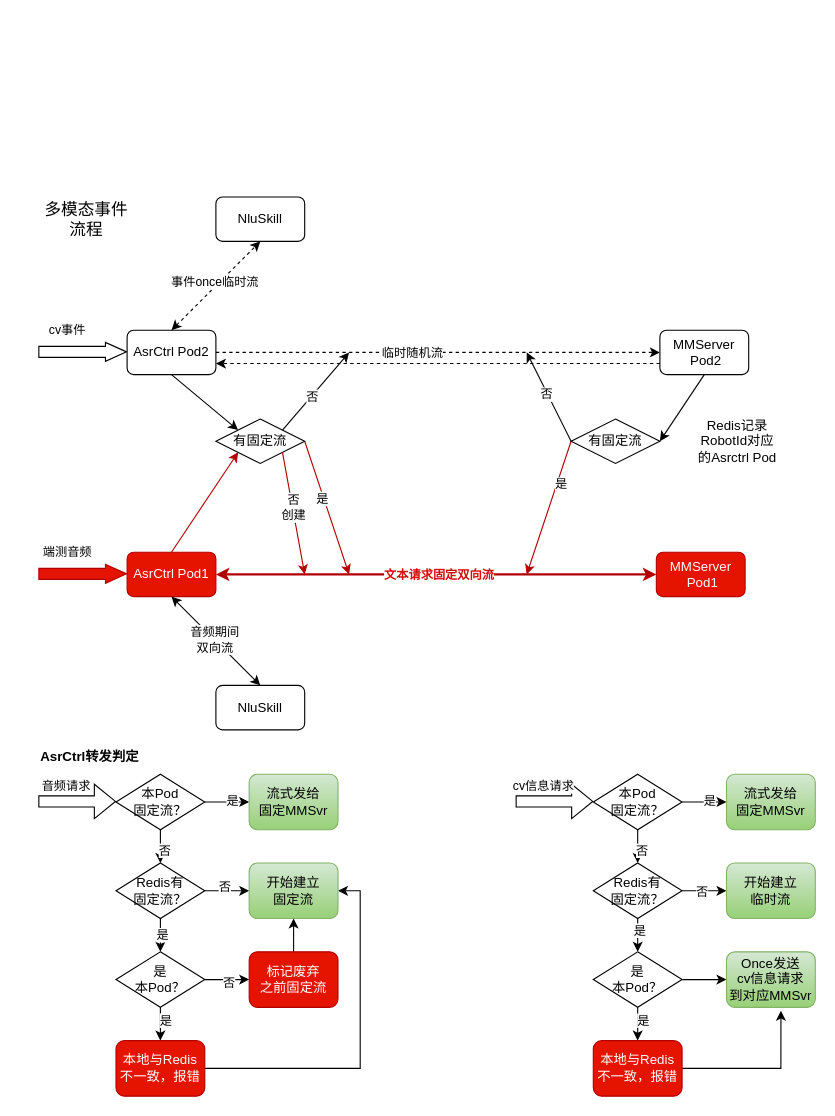
Before: 多模态事件转发流程.drawio in renzhan/drawio, a draw.io diagram. Source tidied: cells renumbered, new cells numbered last; positions are measured from the earlier drawing's top-left corner, leaving out a move shared by most shapes. Both pictures are drawn from the tidied source at 111%, with x=0, y=0 at pixel (22, 183).
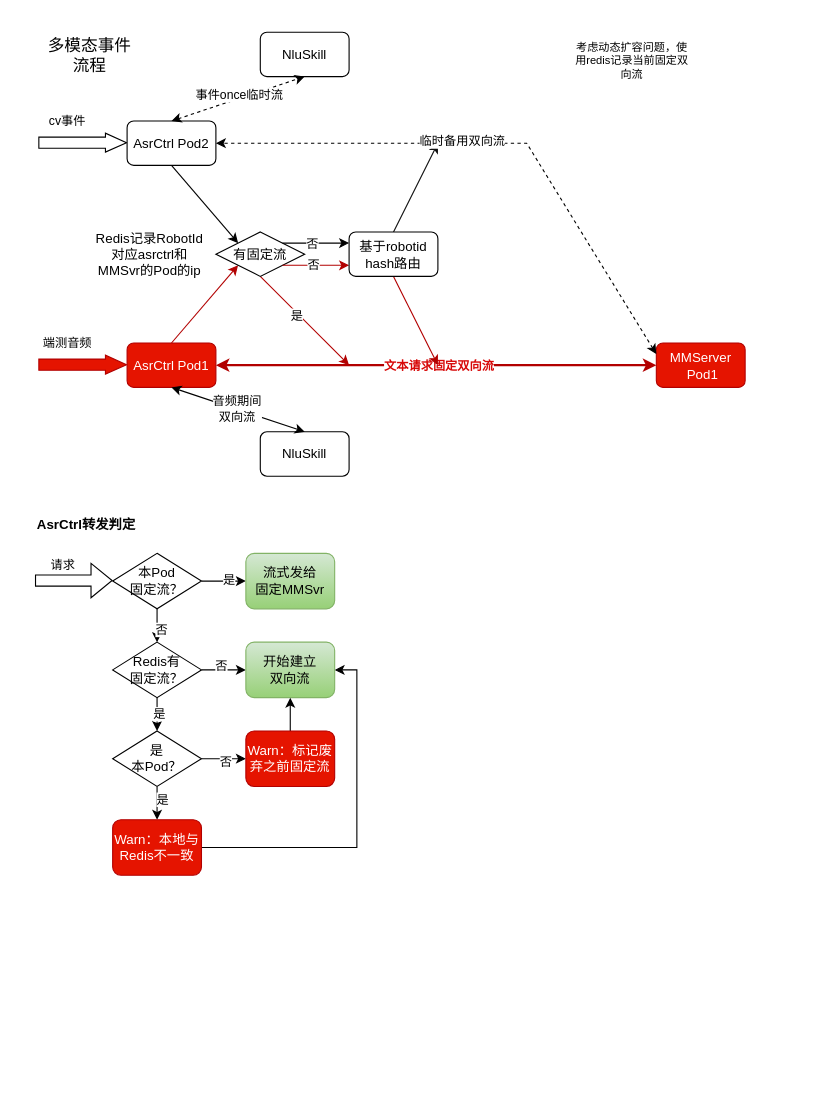
After the change.

Commit message:
更新多模态事件转发流程.drawio

Diff of the diagram source:
```diff
@@
     <mxCell id="2" style="shape=flexArrow;endArrow=classic;html=1;rounded=0;endWidth=6;endSize=6;fillColor=#e51400;strokeColor=#B20000;" parent="1" edge="1">
       <mxGeometry relative="1" as="geometry">
-        <mxPoint x="14" y="351.5" as="sourcePoint" />
-        <mxPoint x="94" y="351.5" as="targetPoint" />
+        <mxPoint x="14" y="163" as="sourcePoint" />
+        <mxPoint x="94" y="163" as="targetPoint" />
       </mxGeometry>
     </mxCell>
@@
     <mxCell id="4" style="shape=flexArrow;endArrow=classic;html=1;rounded=0;endWidth=6;endSize=6;" parent="1" edge="1">
       <mxGeometry relative="1" as="geometry">
-        <mxPoint x="14" y="151.5" as="sourcePoint" />
-        <mxPoint x="94" y="151.5" as="targetPoint" />
+        <mxPoint x="14" y="-37" as="sourcePoint" />
+        <mxPoint x="94" y="-37" as="targetPoint" />
       </mxGeometry>
     </mxCell>
@@
     <mxCell id="7" value="AsrCtrl Pod1" style="rounded=1;whiteSpace=wrap;html=1;fillColor=#e51400;fontColor=#ffffff;strokeColor=#B20000;" parent="1" vertex="1">
-      <mxGeometry x="94" y="332" width="80" height="40" as="geometry" />
+      <mxGeometry x="94" y="143.5" width="80" height="40" as="geometry" />
     </mxCell>
     <mxCell id="8" value="NluSkill" style="rounded=1;whiteSpace=wrap;html=1;" parent="1" vertex="1">
-      <mxGeometry x="174" y="452" width="80" height="40" as="geometry" />
+      <mxGeometry x="214" y="223.5" width="80" height="40" as="geometry" />
     </mxCell>
     <mxCell id="9" value="MMServer&lt;br&gt;&amp;nbsp;Pod1" style="rounded=1;whiteSpace=wrap;html=1;fillColor=#e51400;fontColor=#ffffff;strokeColor=#B20000;" parent="1" vertex="1">
-      <mxGeometry x="570.8" y="332" width="80" height="40" as="geometry" />
+      <mxGeometry x="570.8" y="143.5" width="80" height="40" as="geometry" />
     </mxCell>
@@
     <mxCell id="11" value="AsrCtrl Pod2" style="rounded=1;whiteSpace=wrap;html=1;" parent="1" vertex="1">
-      <mxGeometry x="94" y="132" width="80" height="40" as="geometry" />
+      <mxGeometry x="94" y="-56.5" width="80" height="40" as="geometry" />
     </mxCell>
-    <mxCell id="12" style="rounded=0;jettySize=auto;html=1;exitX=0.5;exitY=1;exitDx=0;exitDy=0;entryX=1;entryY=0.5;entryDx=0;entryDy=0;" parent="1" edge="1" source="13" target="21">
-      <mxGeometry relative="1" as="geometry" />
-    </mxCell>
-    <mxCell id="13" value="MMServer&lt;br&gt;&amp;nbsp;Pod2" style="rounded=1;whiteSpace=wrap;html=1;" parent="1" vertex="1">
-      <mxGeometry x="574" y="132" width="80" height="40" as="geometry" />
-    </mxCell>
@@
-    <mxCell id="16" style="endArrow=classic;html=1;rounded=0;entryX=0;entryY=0.5;entryDx=0;entryDy=0;dashed=1;exitX=1;exitY=0.5;exitDx=0;exitDy=0;" parent="1" edge="1" source="11" target="13">
-      <mxGeometry relative="1" as="geometry" />
-    </mxCell>
-    <mxCell id="17" value="临时随机流" style="edgeLabel;html=1;align=center;verticalAlign=middle;" parent="16" vertex="1">
-      <mxGeometry x="-0.12" relative="1" as="geometry" />
-    </mxCell>
-    <mxCell id="18" style="rounded=0;jettySize=auto;html=1;exitX=0;exitY=0.5;exitDx=0;exitDy=0;fillColor=#e51400;strokeColor=#B20000;" parent="1" edge="1" source="21">
-      <mxGeometry relative="1" as="geometry">
-        <mxPoint x="454" y="352" as="targetPoint" />
-      </mxGeometry>
-    </mxCell>
-    <mxCell id="19" value="是" style="edgeLabel;html=1;align=center;verticalAlign=middle;" parent="18" vertex="1">
-      <mxGeometry x="-0.36" y="2" relative="1" as="geometry">
-        <mxPoint x="1" as="offset" />
-      </mxGeometry>
-    </mxCell>
-    <mxCell id="20" style="rounded=0;jettySize=auto;html=1;exitX=0;exitY=0.75;exitDx=0;exitDy=0;dashed=1;entryX=1;entryY=0.75;entryDx=0;entryDy=0;" parent="1" edge="1" source="13" target="11">
-      <mxGeometry relative="1" as="geometry" />
-    </mxCell>
-    <mxCell id="21" value="有固定流" style="rhombus;whiteSpace=wrap;html=1;" parent="1" vertex="1">
-      <mxGeometry x="494" y="212" width="80" height="40" as="geometry" />
-    </mxCell>
-    <mxCell id="22" style="rounded=0;jettySize=auto;html=1;exitX=1;exitY=0.5;exitDx=0;exitDy=0;fillColor=#e51400;strokeColor=#B20000;" parent="1" edge="1" source="24">
+    <mxCell id="22" style="rounded=0;jettySize=auto;html=1;exitX=0.5;exitY=1;exitDx=0;exitDy=0;fillColor=#e51400;strokeColor=#B20000;" parent="1" edge="1" source="24">
       <mxGeometry relative="1" as="geometry">
-        <mxPoint x="294" y="352" as="targetPoint" />
+        <mxPoint x="294" y="163.5" as="targetPoint" />
       </mxGeometry>
     </mxCell>
@@
     <mxCell id="24" value="有固定流" style="rhombus;whiteSpace=wrap;html=1;" parent="1" vertex="1">
-      <mxGeometry x="174" y="212" width="80" height="40" as="geometry" />
+      <mxGeometry x="174" y="43.5" width="80" height="40" as="geometry" />
     </mxCell>
     <mxCell id="25" style="endArrow=classic;startArrow=classic;html=1;rounded=0;exitX=0.5;exitY=0;exitDx=0;exitDy=0;" parent="1" edge="1" source="8">
       <mxGeometry relative="1" as="geometry">
-        <mxPoint x="134" y="372" as="targetPoint" />
+        <mxPoint x="134" y="183.5" as="targetPoint" />
       </mxGeometry>
     </mxCell>
@@
     <mxCell id="27" value="NluSkill" style="rounded=1;whiteSpace=wrap;html=1;" parent="1" vertex="1">
-      <mxGeometry x="174" y="12" width="80" height="40" as="geometry" />
+      <mxGeometry x="214" y="-136.5" width="80" height="40" as="geometry" />
     </mxCell>
     <mxCell id="28" style="endArrow=classic;startArrow=classic;html=1;rounded=0;entryX=0.5;entryY=1;entryDx=0;entryDy=0;dashed=1;" parent="1" edge="1" target="27">
       <mxGeometry relative="1" as="geometry">
-        <mxPoint x="134" y="132" as="sourcePoint" />
+        <mxPoint x="134" y="-56.5" as="sourcePoint" />
       </mxGeometry>
     </mxCell>
@@
-    <mxCell id="30" style="endArrow=classic;html=1;rounded=0;exitX=1;exitY=0;exitDx=0;exitDy=0;" parent="1" edge="1" source="24">
-      <mxGeometry relative="1" as="geometry">
-        <mxPoint x="294" y="152" as="targetPoint" />
-      </mxGeometry>
+    <mxCell id="30" style="endArrow=classic;html=1;rounded=0;exitX=1;exitY=0;exitDx=0;exitDy=0;entryX=0;entryY=0.25;entryDx=0;entryDy=0;" parent="1" edge="1" source="24" target="85">
+      <mxGeometry relative="1" as="geometry" />
     </mxCell>
@@
-    <mxCell id="32" style="endArrow=classic;html=1;rounded=0;exitX=0;exitY=0.5;exitDx=0;exitDy=0;" parent="1" edge="1" source="21">
-      <mxGeometry relative="1" as="geometry">
-        <mxPoint x="454" y="152" as="targetPoint" />
-      </mxGeometry>
-    </mxCell>
-    <mxCell id="33" value="否" style="edgeLabel;html=1;align=center;verticalAlign=middle;" parent="32" vertex="1">
-      <mxGeometry x="0.08" relative="1" as="geometry">
-        <mxPoint x="-1" as="offset" />
-      </mxGeometry>
-    </mxCell>
-    <mxCell id="34" style="rounded=0;jettySize=auto;html=1;exitX=1;exitY=1;exitDx=0;exitDy=0;fillColor=#e51400;strokeColor=#B20000;" parent="1" edge="1" source="24">
-      <mxGeometry relative="1" as="geometry">
-        <mxPoint x="254" y="352" as="targetPoint" />
-      </mxGeometry>
+    <mxCell id="34" style="rounded=0;jettySize=auto;html=1;exitX=1;exitY=1;exitDx=0;exitDy=0;fillColor=#e51400;strokeColor=#B20000;entryX=0;entryY=0.75;entryDx=0;entryDy=0;" parent="1" edge="1" source="24" target="85">
+      <mxGeometry relative="1" as="geometry" />
     </mxCell>
-    <mxCell id="35" value="否&lt;br&gt;创建" style="edgeLabel;html=1;align=center;verticalAlign=middle;" parent="34" vertex="1">
+    <mxCell id="35" value="否" style="edgeLabel;html=1;align=center;verticalAlign=middle;" parent="34" vertex="1">
       <mxGeometry x="-0.11" y="1" relative="1" as="geometry" />
     </mxCell>
-    <mxCell id="36" value="Redis记录RobotId对应的Asrctrl Pod" style="text;html=1;strokeColor=none;fillColor=none;align=center;verticalAlign=middle;whiteSpace=wrap;rounded=0;" parent="1" vertex="1">
-      <mxGeometry x="604" y="217" width="80" height="30" as="geometry" />
+    <mxCell id="36" value="Redis记录RobotId对应asrctrl和MMSvr的Pod的ip" style="text;html=1;strokeColor=none;fillColor=none;align=center;verticalAlign=middle;whiteSpace=wrap;rounded=0;" parent="1" vertex="1">
+      <mxGeometry x="65" y="37.5" width="99" height="52" as="geometry" />
     </mxCell>
     <mxCell id="37" style="shape=flexArrow;endArrow=classic;html=1;rounded=0;" parent="1" edge="1">
       <mxGeometry relative="1" as="geometry">
-        <mxPoint x="14" y="556.5" as="sourcePoint" />
-        <mxPoint x="84" y="556.5" as="targetPoint" />
+        <mxPoint x="11" y="357.5" as="sourcePoint" />
+        <mxPoint x="81" y="357.5" as="targetPoint" />
       </mxGeometry>
     </mxCell>
-    <mxCell id="38" value="音频请求" style="edgeLabel;html=1;align=center;verticalAlign=middle;" parent="37" vertex="1">
+    <mxCell id="38" value="请求" style="edgeLabel;html=1;align=center;verticalAlign=middle;" parent="37" vertex="1">
       <mxGeometry x="-0.31" y="4" relative="1" as="geometry">
         <mxPoint y="-10" as="offset" />
       </mxGeometry>
     </mxCell>
@@
     <mxCell id="43" value="本Pod&lt;br&gt;固定流？" style="rhombus;whiteSpace=wrap;html=1;" parent="1" vertex="1">
-      <mxGeometry x="84" y="532" width="80" height="50" as="geometry" />
+      <mxGeometry x="81" y="333" width="80" height="50" as="geometry" />
     </mxCell>
     <mxCell id="44" value="流式发给&lt;br&gt;固定MMSvr" style="rounded=1;whiteSpace=wrap;html=1;fillColor=#d5e8d4;gradientColor=#97d077;strokeColor=#82b366;" parent="1" vertex="1">
-      <mxGeometry x="204" y="532" width="80" height="50" as="geometry" />
+      <mxGeometry x="201" y="333" width="80" height="50" as="geometry" />
     </mxCell>
     <mxCell id="45" style="edgeStyle=orthogonalEdgeStyle;rounded=0;jettySize=auto;html=1;exitX=0.5;exitY=1;exitDx=0;exitDy=0;entryX=0.5;entryY=0;entryDx=0;entryDy=0;" parent="1" edge="1" source="49" target="54">
       <mxGeometry relative="1" as="geometry">
         <Array as="points">
-          <mxPoint x="124" y="672" />
-          <mxPoint x="124" y="672" />
+          <mxPoint x="121" y="473" />
+          <mxPoint x="121" y="473" />
         </Array>
       </mxGeometry>
     </mxCell>
@@
     <mxCell id="47" style="edgeStyle=orthogonalEdgeStyle;rounded=0;jettySize=auto;html=1;exitX=1;exitY=0.5;exitDx=0;exitDy=0;entryX=0;entryY=0.5;entryDx=0;entryDy=0;" parent="1" edge="1" source="49" target="57">
       <mxGeometry relative="1" as="geometry">
         <Array as="points">
-          <mxPoint x="194" y="637" />
-          <mxPoint x="194" y="637" />
+          <mxPoint x="191" y="438" />
+          <mxPoint x="191" y="438" />
         </Array>
       </mxGeometry>
     </mxCell>
@@
     <mxCell id="49" value="Redis有&lt;br&gt;固定流？" style="rhombus;whiteSpace=wrap;html=1;" parent="1" vertex="1">
-      <mxGeometry x="84" y="612" width="80" height="50" as="geometry" />
+      <mxGeometry x="81" y="413" width="80" height="50" as="geometry" />
     </mxCell>
@@
     <mxCell id="54" value="是&lt;br&gt;本Pod？" style="rhombus;whiteSpace=wrap;html=1;" parent="1" vertex="1">
-      <mxGeometry x="84" y="692" width="80" height="50" as="geometry" />
+      <mxGeometry x="81" y="493" width="80" height="50" as="geometry" />
     </mxCell>
@@
-    <mxCell id="56" value="本地与Redis不一致，报错" style="rounded=1;whiteSpace=wrap;html=1;fillColor=#e51400;fontColor=#ffffff;strokeColor=#B20000;" parent="1" vertex="1">
-      <mxGeometry x="84" y="772" width="80" height="50" as="geometry" />
+    <mxCell id="56" value="Warn：本地与Redis不一致" style="rounded=1;whiteSpace=wrap;html=1;fillColor=#e51400;fontColor=#ffffff;strokeColor=#B20000;" parent="1" vertex="1">
+      <mxGeometry x="81" y="573" width="80" height="50" as="geometry" />
     </mxCell>
-    <mxCell id="57" value="开始建立&lt;br&gt;固定流" style="rounded=1;whiteSpace=wrap;html=1;fillColor=#d5e8d4;gradientColor=#97d077;strokeColor=#82b366;" parent="1" vertex="1">
-      <mxGeometry x="204" y="612" width="80" height="50" as="geometry" />
+    <mxCell id="57" value="开始建立&lt;br&gt;双向流" style="rounded=1;whiteSpace=wrap;html=1;fillColor=#d5e8d4;gradientColor=#97d077;strokeColor=#82b366;" parent="1" vertex="1">
+      <mxGeometry x="201" y="413" width="80" height="50" as="geometry" />
     </mxCell>
-    <mxCell id="58" style="shape=flexArrow;endArrow=classic;html=1;rounded=0;" parent="1" edge="1">
-      <mxGeometry relative="1" as="geometry">
-        <mxPoint x="444" y="556.5" as="sourcePoint" />
-        <mxPoint x="514" y="556.5" as="targetPoint" />
-      </mxGeometry>
-    </mxCell>
-    <mxCell id="59" value="cv信息请求" style="edgeLabel;html=1;align=center;verticalAlign=middle;" parent="58" vertex="1">
-      <mxGeometry x="-0.31" y="4" relative="1" as="geometry">
-        <mxPoint y="-10" as="offset" />
-      </mxGeometry>
-    </mxCell>
-    <mxCell id="60" style="edgeStyle=orthogonalEdgeStyle;rounded=0;jettySize=auto;html=1;exitX=1;exitY=0.5;exitDx=0;exitDy=0;entryX=0;entryY=0.5;entryDx=0;entryDy=0;" parent="1" edge="1" source="64" target="65">
-      <mxGeometry relative="1" as="geometry" />
-    </mxCell>
-    <mxCell id="61" value="是" style="edgeLabel;html=1;align=center;verticalAlign=middle;" parent="60" vertex="1">
-      <mxGeometry x="0.2" y="2" relative="1" as="geometry" />
-    </mxCell>
-    <mxCell id="62" style="edgeStyle=orthogonalEdgeStyle;rounded=0;jettySize=auto;html=1;exitX=0.5;exitY=1;exitDx=0;exitDy=0;entryX=0.5;entryY=0;entryDx=0;entryDy=0;" parent="1" edge="1" source="64" target="70">
-      <mxGeometry relative="1" as="geometry" />
-    </mxCell>
-    <mxCell id="63" value="否" style="edgeLabel;html=1;align=center;verticalAlign=middle;" parent="62" vertex="1">
-      <mxGeometry x="0.2" y="3" relative="1" as="geometry" />
-    </mxCell>
-    <mxCell id="64" value="本Pod&lt;br&gt;固定流？" style="rhombus;whiteSpace=wrap;html=1;" parent="1" vertex="1">
-      <mxGeometry x="514" y="532" width="80" height="50" as="geometry" />
-    </mxCell>
-    <mxCell id="65" value="流式发给&lt;br&gt;固定MMSvr" style="rounded=1;whiteSpace=wrap;html=1;fillColor=#d5e8d4;gradientColor=#97d077;strokeColor=#82b366;" parent="1" vertex="1">
-      <mxGeometry x="634" y="532" width="80" height="50" as="geometry" />
-    </mxCell>
-    <mxCell id="66" style="edgeStyle=orthogonalEdgeStyle;rounded=0;jettySize=auto;html=1;exitX=0.5;exitY=1;exitDx=0;exitDy=0;entryX=0.5;entryY=0;entryDx=0;entryDy=0;" parent="1" edge="1" source="70" target="74">
-      <mxGeometry relative="1" as="geometry" />
-    </mxCell>
-    <mxCell id="67" value="是" style="edgeLabel;html=1;align=center;verticalAlign=middle;" parent="66" vertex="1">
-      <mxGeometry x="-0.33" y="1" relative="1" as="geometry" />
-    </mxCell>
-    <mxCell id="68" style="edgeStyle=orthogonalEdgeStyle;rounded=0;jettySize=auto;html=1;exitX=1;exitY=0.5;exitDx=0;exitDy=0;entryX=0;entryY=0.5;entryDx=0;entryDy=0;" parent="1" edge="1" source="70" target="77">
-      <mxGeometry relative="1" as="geometry" />
-    </mxCell>
-    <mxCell id="69" value="否" style="edgeLabel;html=1;align=center;verticalAlign=middle;" parent="68" vertex="1">
-      <mxGeometry x="-0.15" relative="1" as="geometry" />
-    </mxCell>
-    <mxCell id="70" value="Redis有&lt;br&gt;固定流？" style="rhombus;whiteSpace=wrap;html=1;" parent="1" vertex="1">
-      <mxGeometry x="514" y="612" width="80" height="50" as="geometry" />
-    </mxCell>
-    <mxCell id="71" style="edgeStyle=orthogonalEdgeStyle;rounded=0;jettySize=auto;html=1;exitX=0.5;exitY=1;exitDx=0;exitDy=0;entryX=0.5;entryY=0;entryDx=0;entryDy=0;" parent="1" edge="1" source="74" target="76">
-      <mxGeometry relative="1" as="geometry" />
-    </mxCell>
-    <mxCell id="72" value="是" style="edgeLabel;html=1;align=center;verticalAlign=middle;" parent="71" vertex="1">
-      <mxGeometry x="-0.27" y="4" relative="1" as="geometry" />
-    </mxCell>
-    <mxCell id="73" style="edgeStyle=orthogonalEdgeStyle;rounded=0;jettySize=auto;html=1;exitX=1;exitY=0.5;exitDx=0;exitDy=0;" parent="1" edge="1" source="74" target="80">
-      <mxGeometry relative="1" as="geometry" />
-    </mxCell>
-    <mxCell id="74" value="是&lt;br&gt;本Pod？" style="rhombus;whiteSpace=wrap;html=1;" parent="1" vertex="1">
-      <mxGeometry x="514" y="692" width="80" height="50" as="geometry" />
-    </mxCell>
-    <mxCell id="75" style="edgeStyle=orthogonalEdgeStyle;rounded=0;jettySize=auto;html=1;exitX=1;exitY=0.5;exitDx=0;exitDy=0;entryX=0.613;entryY=1.06;entryDx=0;entryDy=0;entryPerimeter=0;" parent="1" edge="1" source="76" target="80">
-      <mxGeometry relative="1" as="geometry" />
-    </mxCell>
-    <mxCell id="76" value="本地与Redis不一致，报错" style="rounded=1;whiteSpace=wrap;html=1;fillColor=#e51400;strokeColor=#B20000;fontColor=#ffffff;" parent="1" vertex="1">
-      <mxGeometry x="514" y="772" width="80" height="50" as="geometry" />
-    </mxCell>
-    <mxCell id="77" value="开始建立&lt;br&gt;临时流" style="rounded=1;whiteSpace=wrap;html=1;fillColor=#d5e8d4;gradientColor=#97d077;strokeColor=#82b366;" parent="1" vertex="1">
-      <mxGeometry x="634" y="612" width="80" height="50" as="geometry" />
-    </mxCell>
@@
-    <mxCell id="79" value="标记废弃&lt;br&gt;之前固定流" style="rounded=1;whiteSpace=wrap;html=1;fillColor=#e51400;strokeColor=#B20000;fontColor=#ffffff;" parent="1" vertex="1">
-      <mxGeometry x="204" y="692" width="80" height="50" as="geometry" />
+    <mxCell id="79" value="Warn：标记废弃之前固定流" style="rounded=1;whiteSpace=wrap;html=1;fillColor=#e51400;strokeColor=#B20000;fontColor=#ffffff;" parent="1" vertex="1">
+      <mxGeometry x="201" y="493" width="80" height="50" as="geometry" />
     </mxCell>
-    <mxCell id="80" value="Once发送&lt;br&gt;cv信息请求&lt;br&gt;到对应MMSvr" style="rounded=1;whiteSpace=wrap;html=1;fillColor=#d5e8d4;gradientColor=#97d077;strokeColor=#82b366;" parent="1" vertex="1">
-      <mxGeometry x="634" y="692" width="80" height="50" as="geometry" />
-    </mxCell>
     <mxCell id="81" value="多模态事件流程" style="text;html=1;strokeColor=none;fillColor=none;align=center;verticalAlign=middle;whiteSpace=wrap;rounded=0;fontSize=15;" parent="1" vertex="1">
-      <mxGeometry x="12" y="0.5" width="91" height="63" as="geometry" />
+      <mxGeometry x="15" y="-148" width="91" height="63" as="geometry" />
     </mxCell>
     <mxCell id="82" value="AsrCtrl转发判定" style="text;html=1;strokeColor=none;fillColor=none;align=center;verticalAlign=middle;whiteSpace=wrap;rounded=0;fontStyle=1;" parent="1" vertex="1">
-      <mxGeometry y="492" width="121" height="49" as="geometry" />
+      <mxGeometry x="-3" y="283" width="121" height="49" as="geometry" />
     </mxCell>
+    <mxCell id="83" style="rounded=0;jettySize=auto;html=1;exitX=0.5;exitY=0;exitDx=0;exitDy=0;fillColor=#e51400;strokeColor=#0d0d0d;" parent="1" edge="1" source="85">
+      <mxGeometry relative="1" as="geometry">
+        <mxPoint x="374" y="-36.5" as="targetPoint" />
+      </mxGeometry>
+    </mxCell>
+    <mxCell id="84" style="rounded=0;jettySize=auto;html=1;exitX=0.5;exitY=1;exitDx=0;exitDy=0;fillColor=#e51400;strokeColor=#B20000;" parent="1" edge="1" source="85">
+      <mxGeometry relative="1" as="geometry">
+        <mxPoint x="374" y="163.5" as="targetPoint" />
+      </mxGeometry>
+    </mxCell>
+    <mxCell id="85" value="基于robotid hash路由" style="rounded=1;whiteSpace=wrap;html=1;" parent="1" vertex="1">
+      <mxGeometry x="294" y="43.5" width="80" height="40" as="geometry" />
+    </mxCell>
+    <mxCell id="86" style="endArrow=classic;startArrow=classic;html=1;rounded=0;dashed=1;exitX=0;exitY=0.25;exitDx=0;exitDy=0;" parent="1" edge="1" source="9">
+      <mxGeometry relative="1" as="geometry">
+        <mxPoint x="174" y="-36.5" as="targetPoint" />
+        <Array as="points">
+          <mxPoint x="454" y="-36.5" />
+        </Array>
+      </mxGeometry>
+    </mxCell>
+    <mxCell id="87" value="临时备用双向流" style="edgeLabel;html=1;align=center;verticalAlign=middle;" parent="86" vertex="1">
+      <mxGeometry x="0.12" y="-2" relative="1" as="geometry" />
+    </mxCell>
+    <mxCell id="88" value="考虑动态扩容问题，使用redis记录当前固定双向流" style="text;html=1;strokeColor=none;fillColor=none;align=center;verticalAlign=middle;whiteSpace=wrap;rounded=0;fontSize=10;" parent="1" vertex="1">
+      <mxGeometry x="494" y="-126.5" width="110" height="30" as="geometry" />
+    </mxCell>
```
